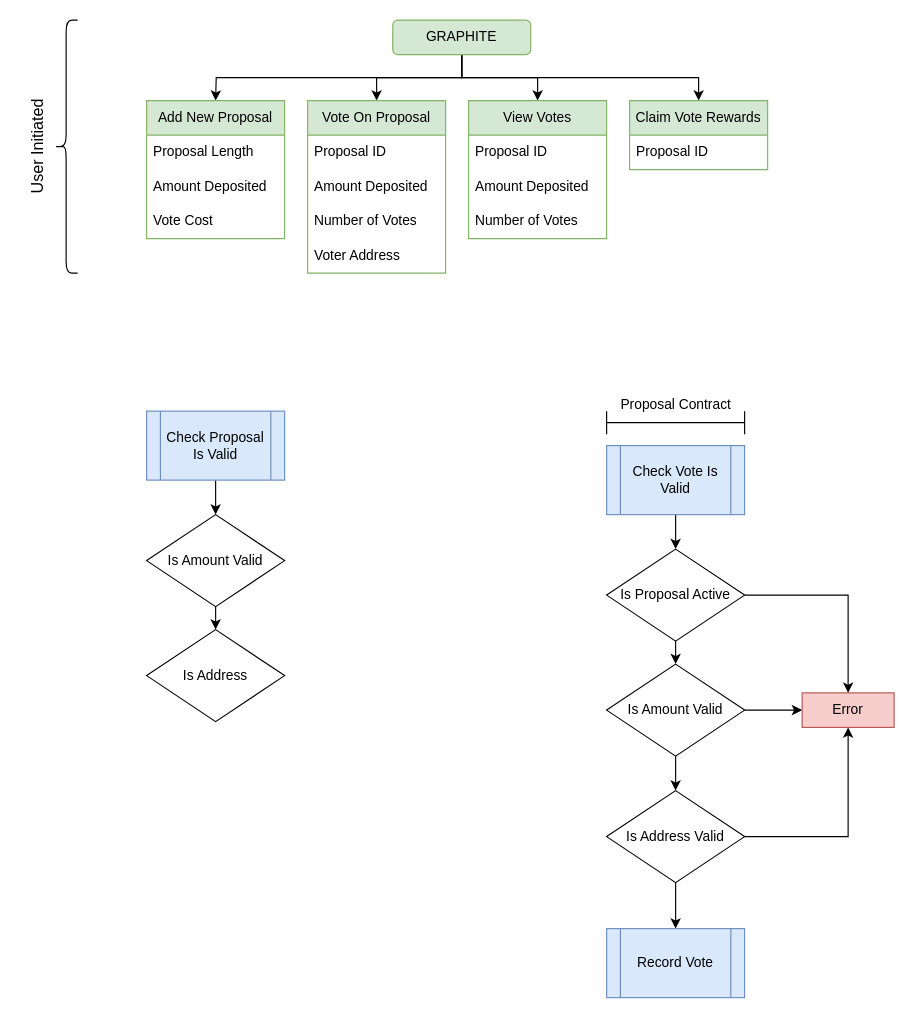
Earlier version of the draw.io diagram Graphite.drawio (hello-adam-martin/diagrams). Source tidied: cells renumbered, new cells numbered last; positions are measured from the earlier drawing's top-left corner, leaving out a move shared by most shapes. Both pictures are drawn from the tidied source at 115%, with x=0, y=0 at pixel (-61, 20).
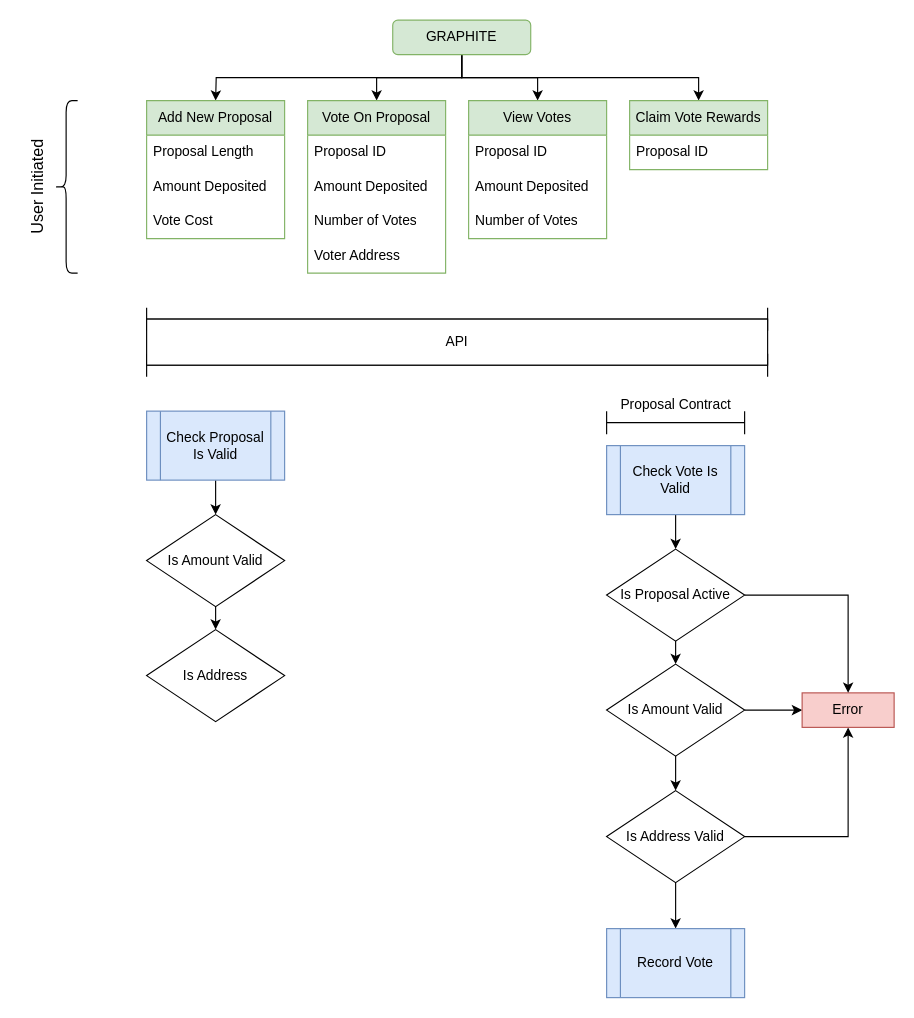
Above is the later version.

Diff of the diagram source:
```diff
@@
     <mxCell id="20" style="shape=curlyBracket;whiteSpace=wrap;html=1;rounded=1;labelPosition=left;verticalLabelPosition=middle;align=right;verticalAlign=middle;fontSize=14;" parent="1" vertex="1">
-      <mxGeometry x="100" width="20" height="220" as="geometry" />
+      <mxGeometry x="100" y="70" width="20" height="150" as="geometry" />
     </mxCell>
     <mxCell id="21" value="User Initiated" style="text;html=1;strokeColor=none;fillColor=none;align=center;verticalAlign=middle;whiteSpace=wrap;rounded=0;rotation=-90;fontSize=14;" parent="1" vertex="1">
-      <mxGeometry y="95" width="170" height="30" as="geometry" />
+      <mxGeometry y="130" width="170" height="30" as="geometry" />
     </mxCell>
@@
+    <mxCell id="44" style="shape=crossbar;whiteSpace=wrap;html=1;rounded=1;" parent="1" vertex="1">
+      <mxGeometry x="180" y="250" width="540" height="20" as="geometry" />
+    </mxCell>
+    <mxCell id="45" style="shape=crossbar;whiteSpace=wrap;html=1;rounded=1;" parent="1" vertex="1">
+      <mxGeometry x="180" y="290" width="540" height="20" as="geometry" />
+    </mxCell>
+    <mxCell id="46" value="API" style="rounded=0;whiteSpace=wrap;html=1;" parent="1" vertex="1">
+      <mxGeometry x="180" y="260" width="540" height="40" as="geometry" />
+    </mxCell>
```
